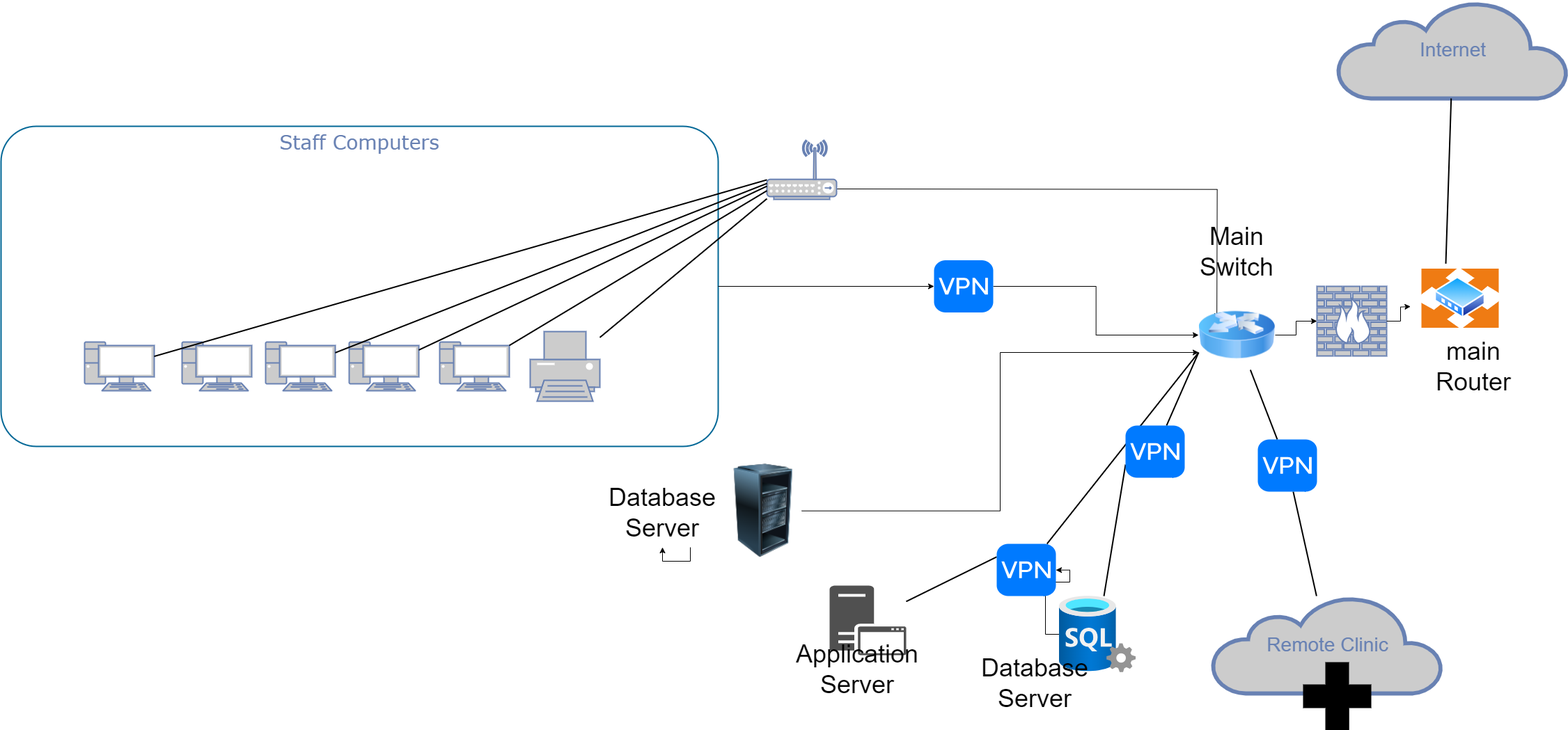
Above: Untitled Diagram.drawio.png in Shahid87j/CloudOps_Module4_Class8_Repo2_SpringBootSample (draw.io), before the change. Source tidied: cells renumbered, new cells last; positions are measured from the earlier drawing's top-left corner, leaving out a move shared by most shapes.
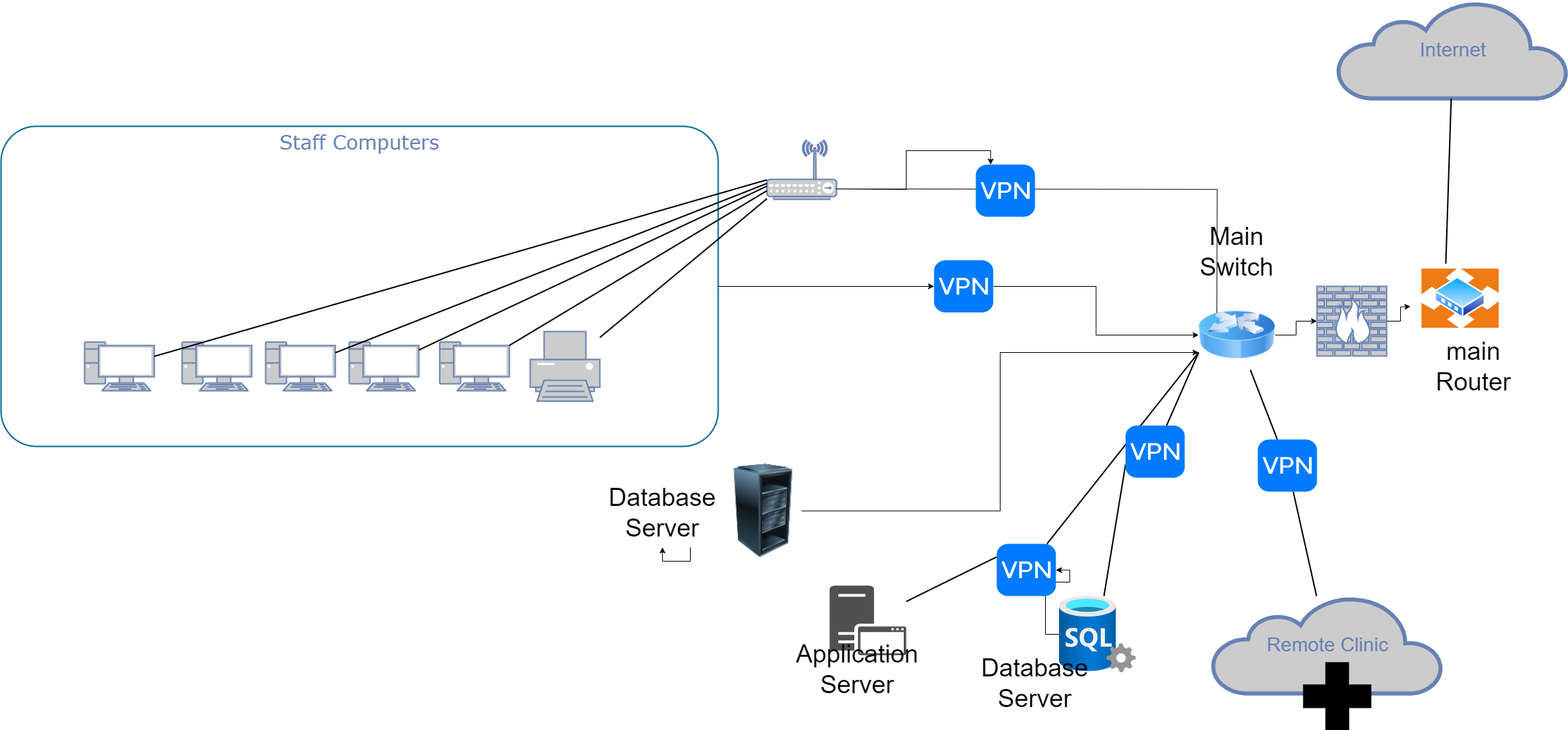
After the change.

Change to the diagram source:
```diff
@@ -147,5 +147,13 @@
     <mxCell id="47" style="html=1;strokeWidth=1;shadow=0;dashed=0;shape=mxgraph.ios7.misc.vpn;fillColor=#007AFF;strokeColor=none;buttonText=;strokeColor2=#222222;fontColor=#222222;fontSize=8;verticalLabelPosition=bottom;verticalAlign=top;align=center;sketch=0;" parent="1" vertex="1">
       <mxGeometry x="1340" y="372.5" width="85" height="75" as="geometry" />
     </mxCell>
+    <mxCell id="48" style="edgeStyle=orthogonalEdgeStyle;rounded=0;jettySize=auto;html=1;entryX=0.25;entryY=0;entryDx=0;entryDy=0;" parent="1" edge="1" target="49">
+      <mxGeometry relative="1" as="geometry">
+        <mxPoint x="1198.7" y="270" as="sourcePoint" />
+      </mxGeometry>
+    </mxCell>
+    <mxCell id="49" style="html=1;strokeWidth=1;shadow=0;dashed=0;shape=mxgraph.ios7.misc.vpn;fillColor=#007AFF;strokeColor=none;buttonText=;strokeColor2=#222222;fontColor=#222222;fontSize=8;verticalLabelPosition=bottom;verticalAlign=top;align=center;sketch=0;" parent="1" vertex="1">
+      <mxGeometry x="1400" y="235" width="85" height="75" as="geometry" />
+    </mxCell>
   </root>
 </mxGraphModel>
```
